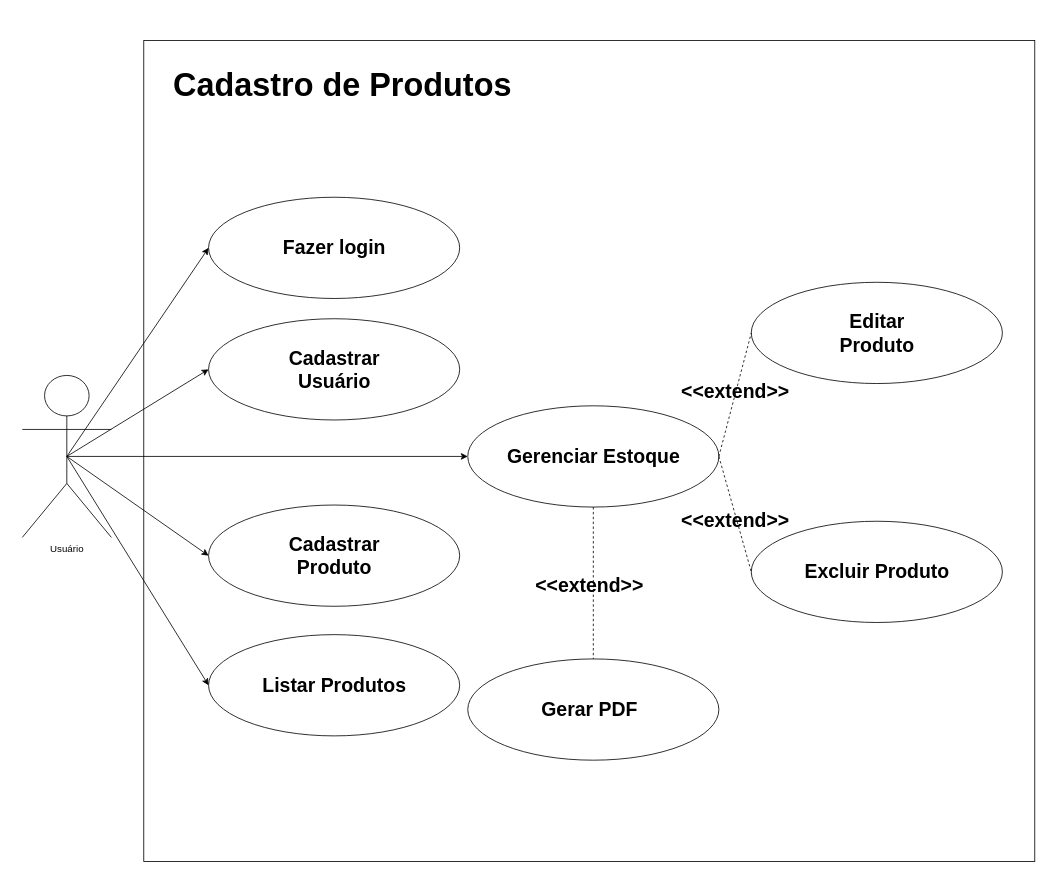
Earlier version of the draw.io diagram diagrama_caso_de_uso.drawio (ImpactPark/Cadastro_Produtos). Source tidied: cells renumbered, new cells numbered last; positions are measured from the earlier drawing's top-left corner, leaving out a move shared by most shapes. Both pictures are drawn from the tidied source at 81%, with x=0, y=0 at pixel (22, 40).
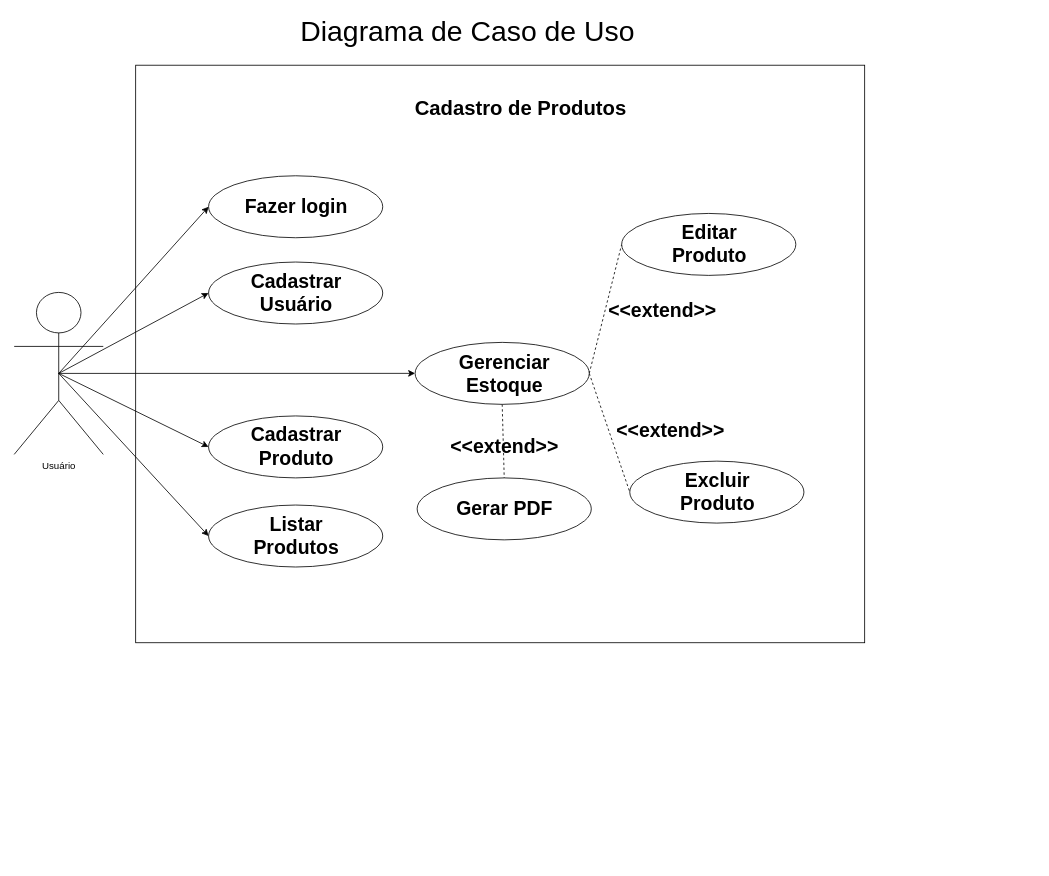
The same page after the edit.

Change to the diagram source:
```diff
@@
     <mxCell id="2" style="rounded=0;whiteSpace=wrap;html=1;" parent="1" vertex="1">
-      <mxGeometry x="150" y="0.5" width="1100" height="1013.5" as="geometry" />
+      <mxGeometry x="140" y="31" width="900" height="713" as="geometry" />
     </mxCell>
     <mxCell id="3" value="Usuário" style="shape=umlActor;verticalLabelPosition=bottom;verticalAlign=top;html=1;outlineConnect=0;" parent="1" vertex="1">
-      <mxGeometry y="414" width="110" height="200" as="geometry" />
+      <mxGeometry x="-10" y="311.5" width="110" height="200" as="geometry" />
     </mxCell>
     <mxCell id="4" style="ellipse;whiteSpace=wrap;html=1;" parent="1" vertex="1">
-      <mxGeometry x="230" y="194" width="310" height="125" as="geometry" />
+      <mxGeometry x="230" y="167.5" width="215" height="76.5" as="geometry" />
     </mxCell>
     <mxCell id="5" value="Fazer login" style="text;strokeColor=none;fillColor=none;html=1;fontSize=24;fontStyle=1;verticalAlign=middle;align=center;" parent="1" vertex="1">
-      <mxGeometry x="320" y="239" width="130" height="35" as="geometry" />
+      <mxGeometry x="272.5" y="188.2" width="130" height="35" as="geometry" />
     </mxCell>
@@
-    <mxCell id="7" value="&lt;font style=&quot;font-size: 40px;&quot;&gt;Cadastro de Produtos&lt;/font&gt;" style="text;strokeColor=none;fillColor=none;html=1;fontSize=24;fontStyle=1;verticalAlign=middle;align=center;" parent="1" vertex="1">
-      <mxGeometry x="180" y="14" width="430" height="80" as="geometry" />
+    <mxCell id="7" value="&lt;font style=&quot;font-size: 25px;&quot;&gt;Cadastro de Produtos&lt;/font&gt;" style="text;strokeColor=none;fillColor=none;html=1;fontSize=24;fontStyle=1;verticalAlign=middle;align=center;" parent="1" vertex="1">
+      <mxGeometry x="400" y="44" width="430" height="80" as="geometry" />
     </mxCell>
-    <mxCell id="8" style="ellipse;whiteSpace=wrap;html=1;" parent="1" vertex="1">
-      <mxGeometry x="230" y="344" width="310" height="125" as="geometry" />
-    </mxCell>
-    <mxCell id="9" value="Cadastrar &lt;br&gt;Usuário" style="text;strokeColor=none;fillColor=none;html=1;fontSize=24;fontStyle=1;verticalAlign=middle;align=center;" parent="1" vertex="1">
-      <mxGeometry x="320" y="389" width="130" height="35" as="geometry" />
-    </mxCell>
-    <mxCell id="10" style="endArrow=classic;html=1;rounded=0;entryX=0;entryY=0.5;entryDx=0;entryDy=0;exitX=0.5;exitY=0.5;exitDx=0;exitDy=0;exitPerimeter=0;" parent="1" edge="1" source="3" target="8">
+    <mxCell id="10" style="endArrow=classic;html=1;rounded=0;entryX=0;entryY=0.5;entryDx=0;entryDy=0;exitX=0.5;exitY=0.5;exitDx=0;exitDy=0;exitPerimeter=0;" parent="1" edge="1" source="3" target="33">
       <mxGeometry relative="1" as="geometry" />
     </mxCell>
-    <mxCell id="11" style="ellipse;whiteSpace=wrap;html=1;" parent="1" vertex="1">
-      <mxGeometry x="230" y="574" width="310" height="125" as="geometry" />
-    </mxCell>
-    <mxCell id="12" value="Cadastrar &lt;br&gt;Produto" style="text;strokeColor=none;fillColor=none;html=1;fontSize=24;fontStyle=1;verticalAlign=middle;align=center;" parent="1" vertex="1">
-      <mxGeometry x="320" y="619" width="130" height="35" as="geometry" />
-    </mxCell>
-    <mxCell id="13" style="endArrow=classic;html=1;rounded=0;entryX=0;entryY=0.5;entryDx=0;entryDy=0;exitX=0.5;exitY=0.5;exitDx=0;exitDy=0;exitPerimeter=0;" parent="1" edge="1" source="3" target="11">
+    <mxCell id="13" style="endArrow=classic;html=1;rounded=0;entryX=0;entryY=0.5;entryDx=0;entryDy=0;exitX=0.5;exitY=0.5;exitDx=0;exitDy=0;exitPerimeter=0;" parent="1" edge="1" source="3" target="35">
       <mxGeometry relative="1" as="geometry" />
     </mxCell>
-    <mxCell id="14" style="ellipse;whiteSpace=wrap;html=1;" parent="1" vertex="1">
-      <mxGeometry x="230" y="734" width="310" height="125" as="geometry" />
-    </mxCell>
-    <mxCell id="15" value="Listar Produtos" style="text;strokeColor=none;fillColor=none;html=1;fontSize=24;fontStyle=1;verticalAlign=middle;align=center;" parent="1" vertex="1">
-      <mxGeometry x="310" y="779" width="150" height="35" as="geometry" />
-    </mxCell>
-    <mxCell id="16" style="endArrow=classic;html=1;rounded=0;entryX=0;entryY=0.5;entryDx=0;entryDy=0;exitX=0.5;exitY=0.5;exitDx=0;exitDy=0;exitPerimeter=0;" parent="1" edge="1" source="3" target="14">
+    <mxCell id="16" style="endArrow=classic;html=1;rounded=0;entryX=0;entryY=0.5;entryDx=0;entryDy=0;exitX=0.5;exitY=0.5;exitDx=0;exitDy=0;exitPerimeter=0;" parent="1" edge="1" source="3" target="36">
       <mxGeometry relative="1" as="geometry" />
     </mxCell>
-    <mxCell id="17" style="ellipse;whiteSpace=wrap;html=1;" parent="1" vertex="1">
-      <mxGeometry x="550" y="451.5" width="310" height="125" as="geometry" />
-    </mxCell>
-    <mxCell id="18" style="ellipse;whiteSpace=wrap;html=1;" parent="1" vertex="1">
-      <mxGeometry x="900" y="299" width="310" height="125" as="geometry" />
-    </mxCell>
-    <mxCell id="19" value="Gerenciar Estoque" style="text;strokeColor=none;fillColor=none;html=1;fontSize=24;fontStyle=1;verticalAlign=middle;align=center;" parent="1" vertex="1">
-      <mxGeometry x="583.5" y="496.5" width="243" height="35" as="geometry" />
-    </mxCell>
-    <mxCell id="20" style="ellipse;whiteSpace=wrap;html=1;" parent="1" vertex="1">
-      <mxGeometry x="900" y="594" width="310" height="125" as="geometry" />
-    </mxCell>
-    <mxCell id="21" style="endArrow=classic;html=1;rounded=0;entryX=0;entryY=0.5;entryDx=0;entryDy=0;exitX=0.5;exitY=0.5;exitDx=0;exitDy=0;exitPerimeter=0;" parent="1" edge="1" source="3" target="17">
+    <mxCell id="21" style="endArrow=classic;html=1;rounded=0;entryX=0;entryY=0.5;entryDx=0;entryDy=0;exitX=0.5;exitY=0.5;exitDx=0;exitDy=0;exitPerimeter=0;" parent="1" edge="1" source="3" target="34">
       <mxGeometry relative="1" as="geometry" />
     </mxCell>
-    <mxCell id="22" value="Editar&lt;br&gt;Produto" style="text;strokeColor=none;fillColor=none;html=1;fontSize=24;fontStyle=1;verticalAlign=middle;align=center;" parent="1" vertex="1">
-      <mxGeometry x="990" y="344" width="130" height="35" as="geometry" />
-    </mxCell>
-    <mxCell id="23" value="Excluir Produto" style="text;strokeColor=none;fillColor=none;html=1;fontSize=24;fontStyle=1;verticalAlign=middle;align=center;" parent="1" vertex="1">
-      <mxGeometry x="990" y="639" width="130" height="35" as="geometry" />
-    </mxCell>
-    <mxCell id="24" style="endArrow=none;dashed=1;html=1;rounded=0;entryX=0;entryY=0.5;entryDx=0;entryDy=0;exitX=1;exitY=0.5;exitDx=0;exitDy=0;" parent="1" edge="1" source="17" target="18">
+    <mxCell id="24" style="endArrow=none;dashed=1;html=1;rounded=0;entryX=0;entryY=0.5;entryDx=0;entryDy=0;exitX=1;exitY=0.5;exitDx=0;exitDy=0;" parent="1" edge="1" source="34" target="38">
       <mxGeometry relative="1" as="geometry" />
     </mxCell>
-    <mxCell id="25" style="endArrow=none;dashed=1;html=1;rounded=0;entryX=0;entryY=0.5;entryDx=0;entryDy=0;exitX=1;exitY=0.5;exitDx=0;exitDy=0;" parent="1" edge="1" source="17" target="20">
+    <mxCell id="25" style="endArrow=none;dashed=1;html=1;rounded=0;entryX=0;entryY=0.5;entryDx=0;entryDy=0;exitX=1;exitY=0.5;exitDx=0;exitDy=0;" parent="1" edge="1" source="34" target="39">
       <mxGeometry relative="1" as="geometry" />
     </mxCell>
     <mxCell id="26" value="&amp;lt;&amp;lt;extend&amp;gt;&amp;gt;" style="text;strokeColor=none;fillColor=none;html=1;fontSize=24;fontStyle=1;verticalAlign=middle;align=center;" parent="1" vertex="1">
-      <mxGeometry x="810" y="424" width="140" height="20" as="geometry" />
+      <mxGeometry x="720" y="324" width="140" height="20" as="geometry" />
     </mxCell>
     <mxCell id="27" value="&amp;lt;&amp;lt;extend&amp;gt;&amp;gt;" style="text;strokeColor=none;fillColor=none;html=1;fontSize=24;fontStyle=1;verticalAlign=middle;align=center;" parent="1" vertex="1">
-      <mxGeometry x="810" y="584" width="140" height="20" as="geometry" />
+      <mxGeometry x="730" y="471.5" width="140" height="20" as="geometry" />
     </mxCell>
-    <mxCell id="28" style="ellipse;whiteSpace=wrap;html=1;" parent="1" vertex="1">
-      <mxGeometry x="550" y="764" width="310" height="125" as="geometry" />
-    </mxCell>
-    <mxCell id="29" style="endArrow=none;dashed=1;html=1;rounded=0;entryX=0.5;entryY=0;entryDx=0;entryDy=0;exitX=0.5;exitY=1;exitDx=0;exitDy=0;" parent="1" edge="1" source="17" target="28">
+    <mxCell id="29" style="endArrow=none;dashed=1;html=1;rounded=0;entryX=0.5;entryY=0;entryDx=0;entryDy=0;exitX=0.5;exitY=1;exitDx=0;exitDy=0;" parent="1" edge="1" source="34" target="37">
       <mxGeometry relative="1" as="geometry" />
     </mxCell>
     <mxCell id="30" value="&amp;lt;&amp;lt;extend&amp;gt;&amp;gt;" style="text;strokeColor=none;fillColor=none;html=1;fontSize=24;fontStyle=1;verticalAlign=middle;align=center;" parent="1" vertex="1">
-      <mxGeometry x="630" y="664" width="140" height="20" as="geometry" />
+      <mxGeometry x="525" y="491.5" width="140" height="20" as="geometry" />
     </mxCell>
+    <mxCell id="32" value="&lt;font style=&quot;font-size: 35px;&quot;&gt;Diagrama de Caso de Uso&lt;/font&gt;" style="text;html=1;strokeColor=none;fillColor=none;align=center;verticalAlign=middle;whiteSpace=wrap;rounded=0;" parent="1" vertex="1">
+      <mxGeometry x="330" y="-26" width="440" height="30" as="geometry" />
+    </mxCell>
+    <mxCell id="33" style="ellipse;whiteSpace=wrap;html=1;" parent="1" vertex="1">
+      <mxGeometry x="230" y="274" width="215" height="76.5" as="geometry" />
+    </mxCell>
+    <mxCell id="9" value="Cadastrar&lt;br style=&quot;border-color: var(--border-color);&quot;&gt;Usuário" style="text;strokeColor=none;fillColor=none;html=1;fontSize=24;fontStyle=1;verticalAlign=middle;align=center;" parent="1" vertex="1">
+      <mxGeometry x="272.5" y="294" width="130" height="35" as="geometry" />
+    </mxCell>
+    <mxCell id="34" style="ellipse;whiteSpace=wrap;html=1;" parent="1" vertex="1">
+      <mxGeometry x="485" y="373.2" width="215" height="76.5" as="geometry" />
+    </mxCell>
+    <mxCell id="19" value="Gerenciar &lt;br&gt;Estoque" style="text;strokeColor=none;fillColor=none;html=1;fontSize=24;fontStyle=1;verticalAlign=middle;align=center;" parent="1" vertex="1">
+      <mxGeometry x="530" y="394" width="130" height="35" as="geometry" />
+    </mxCell>
+    <mxCell id="35" style="ellipse;whiteSpace=wrap;html=1;" parent="1" vertex="1">
+      <mxGeometry x="230" y="464" width="215" height="76.5" as="geometry" />
+    </mxCell>
+    <mxCell id="12" value="Cadastrar&lt;br style=&quot;border-color: var(--border-color);&quot;&gt;Produto" style="text;strokeColor=none;fillColor=none;html=1;fontSize=24;fontStyle=1;verticalAlign=middle;align=center;" parent="1" vertex="1">
+      <mxGeometry x="272.5" y="484.8" width="130" height="35" as="geometry" />
+    </mxCell>
+    <mxCell id="36" style="ellipse;whiteSpace=wrap;html=1;" parent="1" vertex="1">
+      <mxGeometry x="230" y="574" width="215" height="76.5" as="geometry" />
+    </mxCell>
+    <mxCell id="15" value="Listar&lt;br&gt;Produtos" style="text;strokeColor=none;fillColor=none;html=1;fontSize=24;fontStyle=1;verticalAlign=middle;align=center;" parent="1" vertex="1">
+      <mxGeometry x="272.5" y="594.8" width="130" height="35" as="geometry" />
+    </mxCell>
+    <mxCell id="37" style="ellipse;whiteSpace=wrap;html=1;" parent="1" vertex="1">
+      <mxGeometry x="487.5" y="540.5" width="215" height="76.5" as="geometry" />
+    </mxCell>
     <mxCell id="31" value="Gerar PDF" style="text;strokeColor=none;fillColor=none;html=1;fontSize=24;fontStyle=1;verticalAlign=middle;align=center;" parent="1" vertex="1">
-      <mxGeometry x="635" y="809" width="130" height="35" as="geometry" />
+      <mxGeometry x="530" y="561.2" width="130" height="35" as="geometry" />
     </mxCell>
+    <mxCell id="38" style="ellipse;whiteSpace=wrap;html=1;" parent="1" vertex="1">
+      <mxGeometry x="740" y="214" width="215" height="76.5" as="geometry" />
+    </mxCell>
+    <mxCell id="22" value="Editar&lt;br&gt;Produto" style="text;strokeColor=none;fillColor=none;html=1;fontSize=24;fontStyle=1;verticalAlign=middle;align=center;" parent="1" vertex="1">
+      <mxGeometry x="782.5" y="234.8" width="130" height="35" as="geometry" />
+    </mxCell>
+    <mxCell id="39" style="ellipse;whiteSpace=wrap;html=1;" parent="1" vertex="1">
+      <mxGeometry x="750" y="519.8" width="215" height="76.5" as="geometry" />
+    </mxCell>
+    <mxCell id="23" value="Excluir&lt;br&gt;Produto" style="text;strokeColor=none;fillColor=none;html=1;fontSize=24;fontStyle=1;verticalAlign=middle;align=center;" parent="1" vertex="1">
+      <mxGeometry x="792.5" y="540.5" width="130" height="35" as="geometry" />
+    </mxCell>
```
